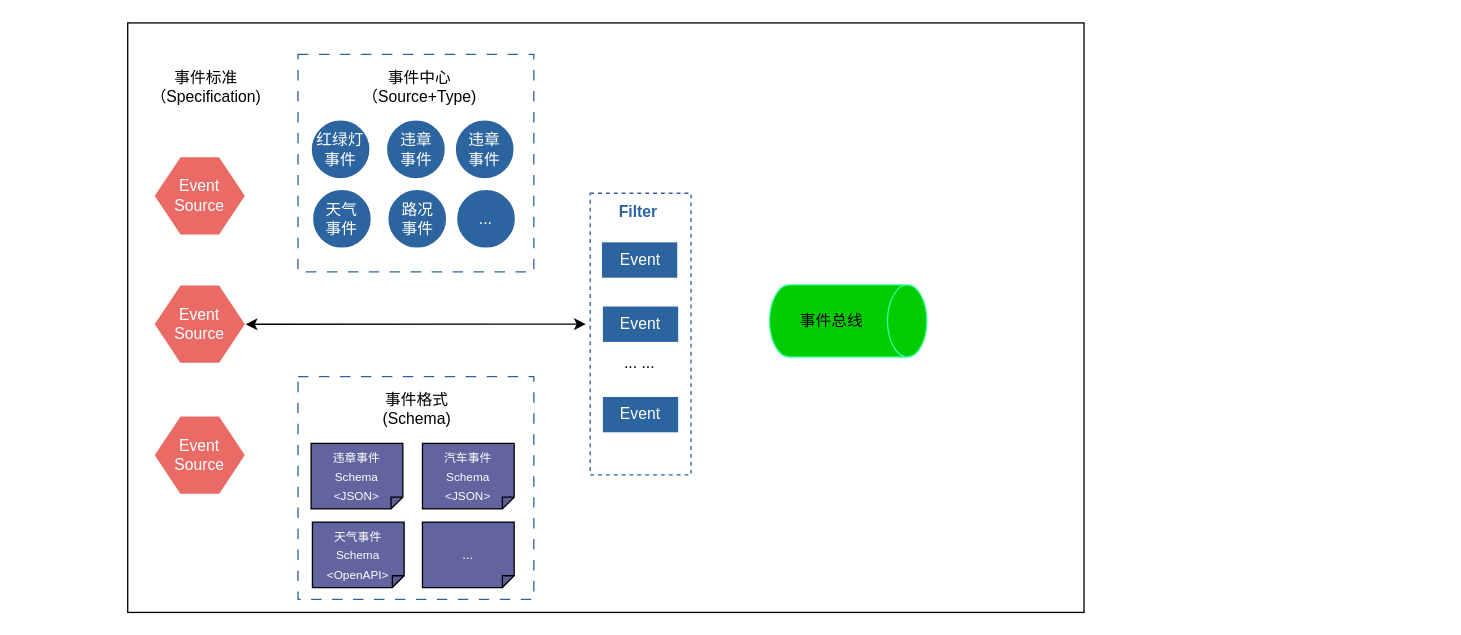
The draw.io diagram 事件中心SDK.drawio in qiangyin/zipkin-server, before the edit. Source tidied: cells renumbered, new cells numbered last; positions are measured from the earlier drawing's top-left corner, leaving out a move shared by most shapes. Both pictures are drawn from the tidied source at 131%, with x=0, y=0 at pixel (127, 22).
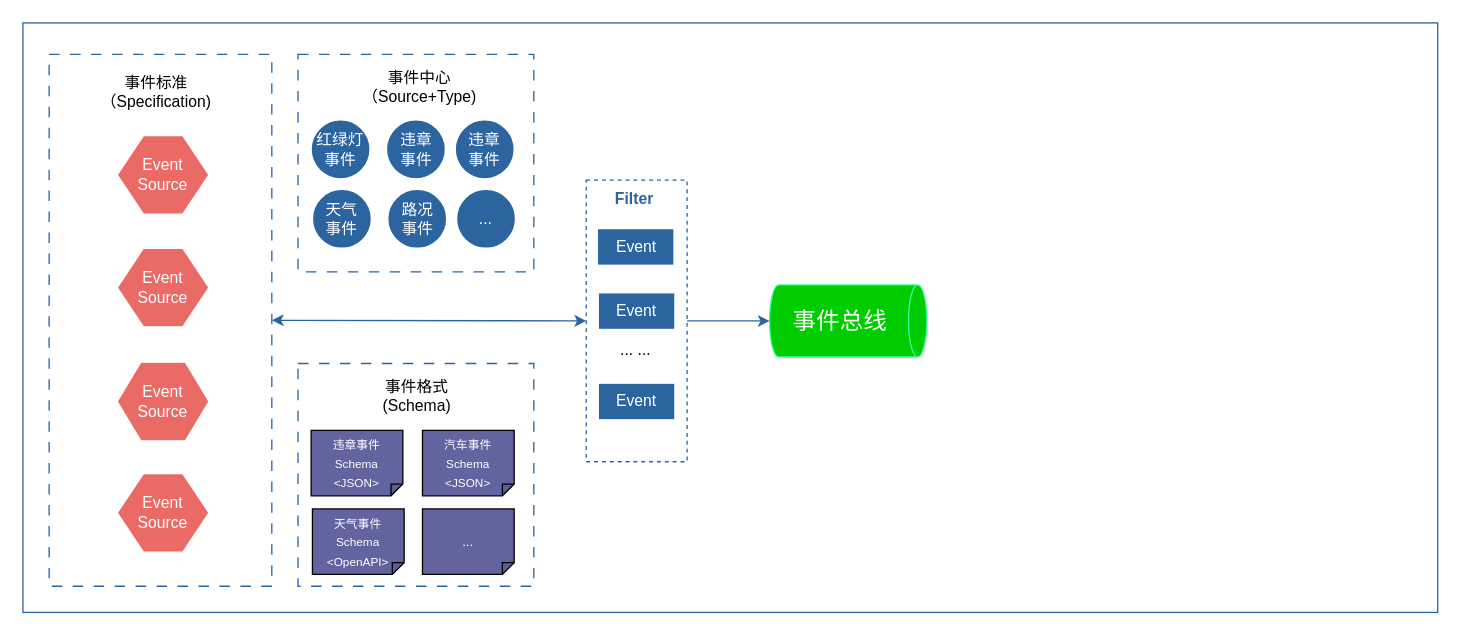
The same diagram, later.

Commit message:
更新事件中心SDK.drawio

Change to the diagram source:
```diff
@@
-    <mxCell id="2" style="rounded=0;whiteSpace=wrap;html=1;" parent="1" vertex="1">
-      <mxGeometry width="730" height="450" as="geometry" />
+    <mxCell id="2" style="rounded=0;whiteSpace=wrap;html=1;strokeColor=#2C649F;perimeterSpacing=0;strokeWidth=1;" parent="1" vertex="1">
+      <mxGeometry x="-80" width="1080" height="450" as="geometry" />
     </mxCell>
+    <mxCell id="29" style="edgeStyle=orthogonalEdgeStyle;curved=1;rounded=0;jettySize=auto;html=1;exitX=1;exitY=0.5;exitDx=0;exitDy=0;entryX=0;entryY=0.5;entryDx=0;entryDy=0;strokeColor=#2C649F;startArrow=classic;startFill=1;" parent="1" edge="1" source="30" target="22">
+      <mxGeometry relative="1" as="geometry" />
+    </mxCell>
+    <mxCell id="30" style="rounded=0;whiteSpace=wrap;html=1;dashed=1;dashPattern=8 8;strokeColor=#2C649F;" parent="1" vertex="1">
+      <mxGeometry x="-60" y="24" width="170" height="406" as="geometry" />
+    </mxCell>
     <mxCell id="3" value="&lt;font color=&quot;#ffffff&quot;&gt;Event&lt;br&gt;Source&lt;/font&gt;" style="shape=hexagon;perimeter=hexagonPerimeter2;whiteSpace=wrap;html=1;fixedSize=1;fillColor=#EA6B66;strokeColor=#FFFFFF;" parent="1" vertex="1">
-      <mxGeometry x="20" y="102" width="70" height="60" as="geometry" />
+      <mxGeometry x="-8" y="86" width="70" height="60" as="geometry" />
     </mxCell>
     <mxCell id="4" value="&lt;font color=&quot;#ffffff&quot;&gt;Event&lt;br&gt;Source&lt;/font&gt;" style="shape=hexagon;perimeter=hexagonPerimeter2;whiteSpace=wrap;html=1;fixedSize=1;fillColor=#EA6B66;strokeColor=#FFFFFF;" parent="1" vertex="1">
-      <mxGeometry x="20" y="200" width="70" height="60" as="geometry" />
+      <mxGeometry x="-8" y="172" width="70" height="60" as="geometry" />
     </mxCell>
     <mxCell id="5" value="&lt;font color=&quot;#ffffff&quot;&gt;Event&lt;br&gt;Source&lt;/font&gt;" style="shape=hexagon;perimeter=hexagonPerimeter2;whiteSpace=wrap;html=1;fixedSize=1;fillColor=#EA6B66;strokeColor=#FFFFFF;" parent="1" vertex="1">
-      <mxGeometry x="20" y="300" width="70" height="60" as="geometry" />
+      <mxGeometry x="-8" y="344" width="70" height="60" as="geometry" />
     </mxCell>
-    <mxCell id="6" value="事件总线" style="shape=cylinder3;whiteSpace=wrap;html=1;boundedLbl=1;backgroundOutline=1;size=15;direction=south;fillColor=#00CC00;strokeColor=#33FF99;" parent="1" vertex="1">
+    <mxCell id="6" value="&lt;font style=&quot;font-size: 18px;&quot; color=&quot;#ffffff&quot;&gt;事件总线&lt;/font&gt;" style="shape=cylinder3;whiteSpace=wrap;html=1;boundedLbl=1;backgroundOutline=1;size=7;direction=south;fillColor=#00CC00;strokeColor=#33FF99;" parent="1" vertex="1">
       <mxGeometry x="490" y="200" width="120" height="55" as="geometry" />
     </mxCell>
@@
     <mxCell id="15" style="rounded=0;whiteSpace=wrap;html=1;dashed=1;dashPattern=8 8;strokeColor=#2C649F;" parent="1" vertex="1">
-      <mxGeometry x="130" y="270" width="180" height="170" as="geometry" />
+      <mxGeometry x="130" y="260" width="180" height="170" as="geometry" />
     </mxCell>
     <mxCell id="16" value="&lt;font color=&quot;#ffffff&quot; style=&quot;font-size: 9px;&quot;&gt;违章事件&lt;br&gt;Schema&lt;/font&gt;&lt;div&gt;&lt;font color=&quot;#ffffff&quot; style=&quot;font-size: 9px;&quot;&gt;&amp;lt;JSON&amp;gt;&lt;/font&gt;&lt;/div&gt;" style="shape=note;whiteSpace=wrap;html=1;backgroundOutline=1;darkOpacity=0.05;direction=south;align=center;size=9;fillColor=#62649F;" parent="1" vertex="1">
-      <mxGeometry x="140" y="321" width="70" height="50" as="geometry" />
+      <mxGeometry x="140" y="311" width="70" height="50" as="geometry" />
     </mxCell>
     <mxCell id="17" value="&lt;font color=&quot;#ffffff&quot; style=&quot;font-size: 9px;&quot;&gt;汽车事件&lt;br&gt;Schema&lt;/font&gt;&lt;div&gt;&lt;font color=&quot;#ffffff&quot; style=&quot;font-size: 9px;&quot;&gt;&amp;lt;JSON&amp;gt;&lt;/font&gt;&lt;/div&gt;" style="shape=note;whiteSpace=wrap;html=1;backgroundOutline=1;darkOpacity=0.05;direction=south;align=center;size=9;fillColor=#62649F;" parent="1" vertex="1">
-      <mxGeometry x="225" y="321" width="70" height="50" as="geometry" />
+      <mxGeometry x="225" y="311" width="70" height="50" as="geometry" />
     </mxCell>
     <mxCell id="18" value="&lt;font color=&quot;#ffffff&quot; style=&quot;font-size: 9px;&quot;&gt;天气事件&lt;br&gt;Schema&lt;/font&gt;&lt;div&gt;&lt;font color=&quot;#ffffff&quot; style=&quot;font-size: 9px;&quot;&gt;&amp;lt;OpenAPI&amp;gt;&lt;/font&gt;&lt;/div&gt;" style="shape=note;whiteSpace=wrap;html=1;backgroundOutline=1;darkOpacity=0.05;direction=south;align=center;size=9;fillColor=#62649F;" parent="1" vertex="1">
-      <mxGeometry x="141" y="381" width="70" height="50" as="geometry" />
+      <mxGeometry x="141" y="371" width="70" height="50" as="geometry" />
     </mxCell>
     <mxCell id="19" value="&lt;font size=&quot;1&quot; color=&quot;#ffffff&quot;&gt;...&lt;/font&gt;" style="shape=note;whiteSpace=wrap;html=1;backgroundOutline=1;darkOpacity=0.05;direction=south;align=center;size=9;fillColor=#62649F;" parent="1" vertex="1">
-      <mxGeometry x="225" y="381" width="70" height="50" as="geometry" />
+      <mxGeometry x="225" y="371" width="70" height="50" as="geometry" />
     </mxCell>
     <mxCell id="20" value="事件格式&lt;br&gt;(Schema)" style="text;html=1;align=center;verticalAlign=middle;whiteSpace=wrap;rounded=0;" parent="1" vertex="1">
-      <mxGeometry x="191" y="280" width="60" height="30" as="geometry" />
+      <mxGeometry x="191" y="270" width="60" height="30" as="geometry" />
     </mxCell>
     <mxCell id="21" value="事件标准&lt;br&gt;（Specification)" style="text;html=1;align=center;verticalAlign=middle;whiteSpace=wrap;rounded=0;" parent="1" vertex="1">
-      <mxGeometry x="30" y="34" width="60" height="30" as="geometry" />
+      <mxGeometry x="-8" y="38" width="60" height="30" as="geometry" />
     </mxCell>
     <mxCell id="22" style="rounded=0;whiteSpace=wrap;html=1;dashed=1;strokeColor=#2C649F;" parent="1" vertex="1">
-      <mxGeometry x="353" y="130" width="77" height="215" as="geometry" />
+      <mxGeometry x="350" y="120" width="77" height="215" as="geometry" />
     </mxCell>
     <mxCell id="23" value="&lt;font color=&quot;#ffffff&quot;&gt;Event&lt;/font&gt;" style="rounded=0;whiteSpace=wrap;html=1;fillColor=#2C649F;strokeColor=#FFFFFF;" parent="1" vertex="1">
-      <mxGeometry x="361.5" y="167" width="58.5" height="28" as="geometry" />
+      <mxGeometry x="358.5" y="157" width="58.5" height="28" as="geometry" />
     </mxCell>
     <mxCell id="24" value="&lt;font color=&quot;#ffffff&quot;&gt;Event&lt;/font&gt;" style="rounded=0;whiteSpace=wrap;html=1;fillColor=#2C649F;strokeColor=#FFFFFF;" parent="1" vertex="1">
-      <mxGeometry x="362.2" y="216" width="58.5" height="28" as="geometry" />
+      <mxGeometry x="359.2" y="206" width="58.5" height="28" as="geometry" />
     </mxCell>
     <mxCell id="25" value="&lt;font color=&quot;#ffffff&quot;&gt;Event&lt;/font&gt;" style="rounded=0;whiteSpace=wrap;html=1;fillColor=#2C649F;strokeColor=#FFFFFF;" parent="1" vertex="1">
-      <mxGeometry x="362.2" y="285" width="58.5" height="28" as="geometry" />
+      <mxGeometry x="359.2" y="275" width="58.5" height="28" as="geometry" />
     </mxCell>
     <mxCell id="26" value="... ..." style="text;html=1;align=center;verticalAlign=middle;whiteSpace=wrap;rounded=0;" parent="1" vertex="1">
-      <mxGeometry x="361" y="245" width="60" height="30" as="geometry" />
+      <mxGeometry x="358" y="235" width="60" height="30" as="geometry" />
     </mxCell>
     <mxCell id="27" value="&lt;font color=&quot;#2c649f&quot;&gt;&lt;b&gt;Filter&lt;/b&gt;&lt;/font&gt;" style="text;html=1;align=center;verticalAlign=middle;whiteSpace=wrap;rounded=0;" parent="1" vertex="1">
-      <mxGeometry x="360" y="130" width="60" height="30" as="geometry" />
+      <mxGeometry x="357" y="120" width="60" height="30" as="geometry" />
     </mxCell>
-    <mxCell id="28" style="endArrow=classic;startArrow=classic;html=1;rounded=0;entryX=0.479;entryY=0.511;entryDx=0;entryDy=0;entryPerimeter=0;" parent="1" edge="1" target="2">
-      <mxGeometry relative="1" as="geometry">
-        <mxPoint x="90" y="230" as="sourcePoint" />
-      </mxGeometry>
-    </mxCell>
+    <mxCell id="31" value="&lt;font color=&quot;#ffffff&quot;&gt;Event&lt;br&gt;Source&lt;/font&gt;" style="shape=hexagon;perimeter=hexagonPerimeter2;whiteSpace=wrap;html=1;fixedSize=1;fillColor=#EA6B66;strokeColor=#FFFFFF;size=18;" parent="1" vertex="1">
+      <mxGeometry x="-8" y="259" width="70" height="60" as="geometry" />
+    </mxCell>
+    <mxCell id="32" style="edgeStyle=orthogonalEdgeStyle;rounded=0;jettySize=auto;html=1;exitX=1;exitY=0.5;exitDx=0;exitDy=0;entryX=0.5;entryY=1;entryDx=0;entryDy=0;entryPerimeter=0;strokeColor=#2C649F;" parent="1" edge="1" source="22" target="6">
+      <mxGeometry relative="1" as="geometry" />
+    </mxCell>
```
